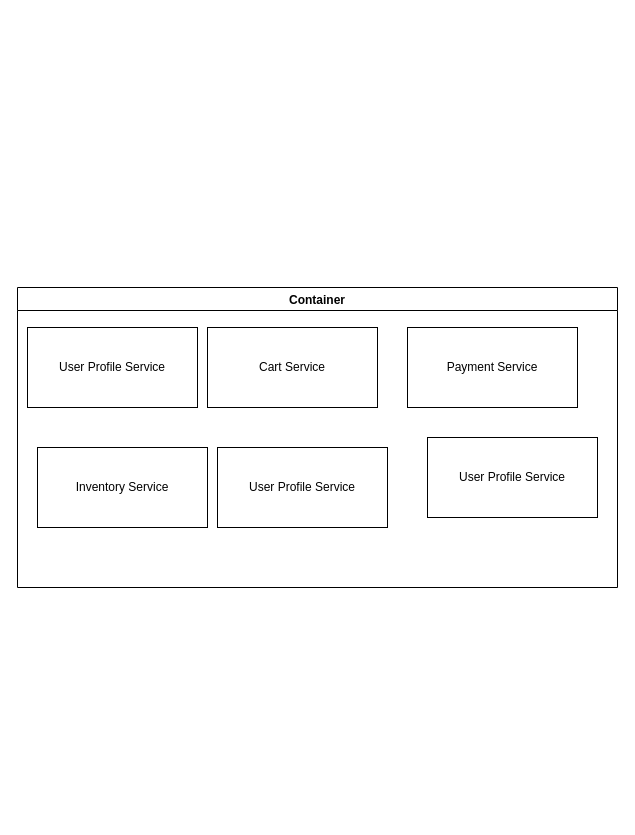
Above: Untitled Diagram.drawio in a-pavithraa/tutorials (draw.io), before the change. Source tidied: cells renumbered, new cells numbered last; positions are measured from the earlier drawing's top-left corner, leaving out a move shared by most shapes. Both pictures are drawn from the tidied source at 100%, with x=0, y=0 at pixel (17, 287).
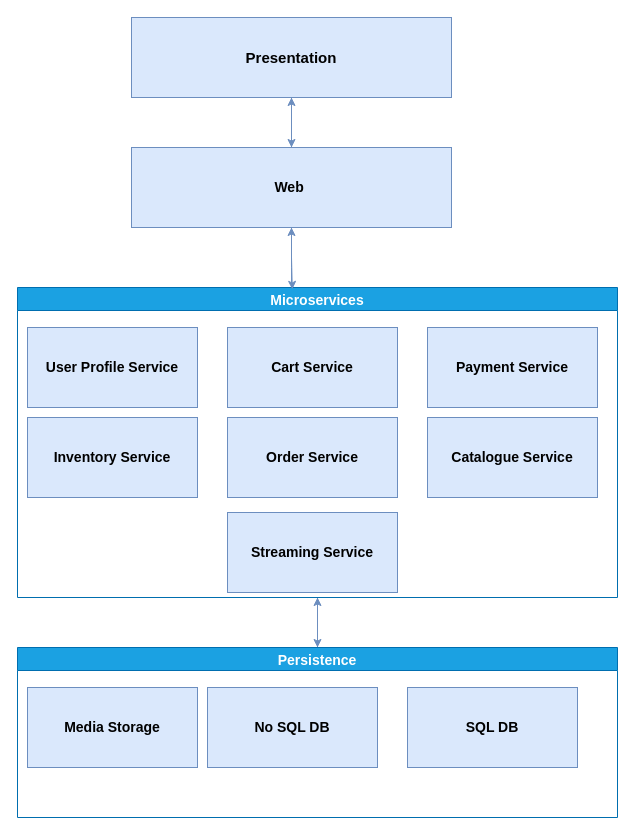
The same page after the edit.

Change to the diagram source:
```diff
@@
+    <mxCell id="9" style="edgeStyle=orthogonalEdgeStyle;rounded=0;jettySize=auto;html=1;entryX=0.5;entryY=0;entryDx=0;entryDy=0;fillColor=#dae8fc;strokeColor=#6c8ebf;" parent="1" edge="1" source="2" target="18">
+      <mxGeometry relative="1" as="geometry" />
+    </mxCell>
+    <mxCell id="10" style="edgeStyle=orthogonalEdgeStyle;rounded=0;jettySize=auto;html=1;fillColor=#dae8fc;strokeColor=#6c8ebf;" parent="1" edge="1" source="2" target="16">
+      <mxGeometry relative="1" as="geometry">
+        <Array as="points">
+          <mxPoint x="274" y="-20" />
+          <mxPoint x="274" y="-20" />
+        </Array>
+      </mxGeometry>
+    </mxCell>
-    <mxCell id="2" value="Container" style="swimlane;startSize=23;" parent="1" vertex="1">
-      <mxGeometry width="600" height="300" as="geometry" />
+    <mxCell id="2" value="Microservices" style="swimlane;startSize=23;fontSize=14;fillColor=#1ba1e2;strokeColor=#006EAF;fillStyle=solid;fontColor=#ffffff;" parent="1" vertex="1">
+      <mxGeometry width="600" height="310" as="geometry" />
     </mxCell>
-    <mxCell id="3" value="User Profile Service" style="rounded=0;whiteSpace=wrap;html=1;" parent="2" vertex="1">
+    <mxCell id="3" value="&lt;b&gt;&lt;font style=&quot;font-size: 14px;&quot;&gt;User Profile Service&lt;/font&gt;&lt;/b&gt;" style="rounded=0;whiteSpace=wrap;html=1;fillColor=#dae8fc;strokeColor=#6c8ebf;" parent="2" vertex="1">
       <mxGeometry x="10" y="40" width="170" height="80" as="geometry" />
     </mxCell>
-    <mxCell id="4" value="Cart Service" style="rounded=0;whiteSpace=wrap;html=1;" parent="2" vertex="1">
-      <mxGeometry x="190" y="40" width="170" height="80" as="geometry" />
+    <mxCell id="4" value="&lt;b&gt;&lt;font style=&quot;font-size: 14px;&quot;&gt;Cart Service&lt;/font&gt;&lt;/b&gt;" style="rounded=0;whiteSpace=wrap;html=1;fillColor=#dae8fc;strokeColor=#6c8ebf;" parent="2" vertex="1">
+      <mxGeometry x="210" y="40" width="170" height="80" as="geometry" />
     </mxCell>
-    <mxCell id="5" value="Payment Service" style="rounded=0;whiteSpace=wrap;html=1;" parent="2" vertex="1">
-      <mxGeometry x="390" y="40" width="170" height="80" as="geometry" />
+    <mxCell id="5" value="&lt;b&gt;&lt;font style=&quot;font-size: 14px;&quot;&gt;Payment Service&lt;/font&gt;&lt;/b&gt;" style="rounded=0;whiteSpace=wrap;html=1;fillColor=#dae8fc;strokeColor=#6c8ebf;" parent="2" vertex="1">
+      <mxGeometry x="410" y="40" width="170" height="80" as="geometry" />
     </mxCell>
-    <mxCell id="6" value="Inventory Service" style="rounded=0;whiteSpace=wrap;html=1;" parent="2" vertex="1">
-      <mxGeometry x="20" y="160" width="170" height="80" as="geometry" />
+    <mxCell id="6" value="&lt;font style=&quot;font-size: 14px;&quot;&gt;&lt;b&gt;Inventory Service&lt;/b&gt;&lt;/font&gt;" style="rounded=0;whiteSpace=wrap;html=1;fillColor=#dae8fc;strokeColor=#6c8ebf;" parent="2" vertex="1">
+      <mxGeometry x="10" y="130" width="170" height="80" as="geometry" />
     </mxCell>
-    <mxCell id="7" value="User Profile Service" style="rounded=0;whiteSpace=wrap;html=1;" parent="2" vertex="1">
-      <mxGeometry x="200" y="160" width="170" height="80" as="geometry" />
+    <mxCell id="7" value="&lt;font style=&quot;font-size: 14px;&quot;&gt;&lt;b&gt;Order Service&lt;/b&gt;&lt;/font&gt;" style="rounded=0;whiteSpace=wrap;html=1;fillColor=#dae8fc;strokeColor=#6c8ebf;" parent="2" vertex="1">
+      <mxGeometry x="210" y="130" width="170" height="80" as="geometry" />
     </mxCell>
-    <mxCell id="8" value="User Profile Service" style="rounded=0;whiteSpace=wrap;html=1;" parent="2" vertex="1">
-      <mxGeometry x="410" y="150" width="170" height="80" as="geometry" />
+    <mxCell id="8" value="&lt;font style=&quot;font-size: 14px;&quot;&gt;&lt;b&gt;Catalogue Service&lt;/b&gt;&lt;/font&gt;" style="rounded=0;whiteSpace=wrap;html=1;fillColor=#dae8fc;strokeColor=#6c8ebf;" parent="2" vertex="1">
+      <mxGeometry x="410" y="130" width="170" height="80" as="geometry" />
     </mxCell>
+    <mxCell id="11" value="&lt;font style=&quot;font-size: 14px;&quot;&gt;&lt;b&gt;Streaming Service&lt;/b&gt;&lt;/font&gt;" style="rounded=0;whiteSpace=wrap;html=1;fillColor=#dae8fc;strokeColor=#6c8ebf;" parent="2" vertex="1">
+      <mxGeometry x="210" y="225" width="170" height="80" as="geometry" />
+    </mxCell>
+    <mxCell id="12" style="edgeStyle=orthogonalEdgeStyle;rounded=0;jettySize=auto;html=1;fillColor=#dae8fc;strokeColor=#6c8ebf;" parent="1" edge="1" source="13" target="16">
+      <mxGeometry relative="1" as="geometry">
+        <Array as="points">
+          <mxPoint x="274" y="-180" />
+          <mxPoint x="274" y="-180" />
+        </Array>
+      </mxGeometry>
+    </mxCell>
+    <mxCell id="13" value="&lt;font style=&quot;font-size: 15px;&quot;&gt;&lt;b&gt;Presentation&lt;/b&gt;&lt;/font&gt;" style="rounded=0;whiteSpace=wrap;html=1;fillColor=#dae8fc;strokeColor=#6c8ebf;" parent="1" vertex="1">
+      <mxGeometry x="114" y="-270" width="320" height="80" as="geometry" />
+    </mxCell>
+    <mxCell id="14" style="edgeStyle=orthogonalEdgeStyle;rounded=0;jettySize=auto;html=1;entryX=0.458;entryY=0.006;entryDx=0;entryDy=0;entryPerimeter=0;fillColor=#dae8fc;strokeColor=#6c8ebf;" parent="1" edge="1" source="16" target="2">
+      <mxGeometry relative="1" as="geometry" />
+    </mxCell>
+    <mxCell id="15" style="edgeStyle=orthogonalEdgeStyle;rounded=0;jettySize=auto;html=1;fillColor=#dae8fc;strokeColor=#6c8ebf;" parent="1" edge="1" source="16">
+      <mxGeometry relative="1" as="geometry">
+        <mxPoint x="274" y="-190" as="targetPoint" />
+      </mxGeometry>
+    </mxCell>
+    <mxCell id="16" value="&lt;font style=&quot;font-size: 14px;&quot;&gt;&lt;b&gt;Web&amp;nbsp;&lt;/b&gt;&lt;/font&gt;" style="rounded=0;whiteSpace=wrap;html=1;fillColor=#dae8fc;strokeColor=#6c8ebf;" parent="1" vertex="1">
+      <mxGeometry x="114" y="-140" width="320" height="80" as="geometry" />
+    </mxCell>
+    <mxCell id="17" style="edgeStyle=orthogonalEdgeStyle;rounded=0;jettySize=auto;html=1;entryX=0.5;entryY=1;entryDx=0;entryDy=0;fillColor=#dae8fc;strokeColor=#6c8ebf;" parent="1" edge="1" source="18" target="2">
+      <mxGeometry relative="1" as="geometry" />
+    </mxCell>
+    <mxCell id="18" value="Persistence" style="swimlane;startSize=23;fontSize=14;fillColor=#1ba1e2;strokeColor=#006EAF;fillStyle=solid;fontColor=#ffffff;gradientColor=none;swimlaneFillColor=none;" parent="1" vertex="1">
+      <mxGeometry y="360" width="600" height="170" as="geometry" />
+    </mxCell>
+    <mxCell id="19" value="&lt;font style=&quot;font-size: 14px;&quot;&gt;&lt;b&gt;Media Storage&lt;/b&gt;&lt;/font&gt;" style="rounded=0;whiteSpace=wrap;html=1;fillColor=#dae8fc;strokeColor=#6c8ebf;" parent="18" vertex="1">
+      <mxGeometry x="10" y="40" width="170" height="80" as="geometry" />
+    </mxCell>
+    <mxCell id="20" value="&lt;font style=&quot;font-size: 14px;&quot;&gt;&lt;b&gt;No SQL DB&lt;/b&gt;&lt;/font&gt;" style="rounded=0;whiteSpace=wrap;html=1;fillColor=#dae8fc;strokeColor=#6c8ebf;" parent="18" vertex="1">
+      <mxGeometry x="190" y="40" width="170" height="80" as="geometry" />
+    </mxCell>
+    <mxCell id="21" value="&lt;font style=&quot;font-size: 14px;&quot;&gt;&lt;b&gt;SQL DB&lt;/b&gt;&lt;/font&gt;" style="rounded=0;whiteSpace=wrap;html=1;fillColor=#dae8fc;strokeColor=#6c8ebf;" parent="18" vertex="1">
+      <mxGeometry x="390" y="40" width="170" height="80" as="geometry" />
+    </mxCell>
```
